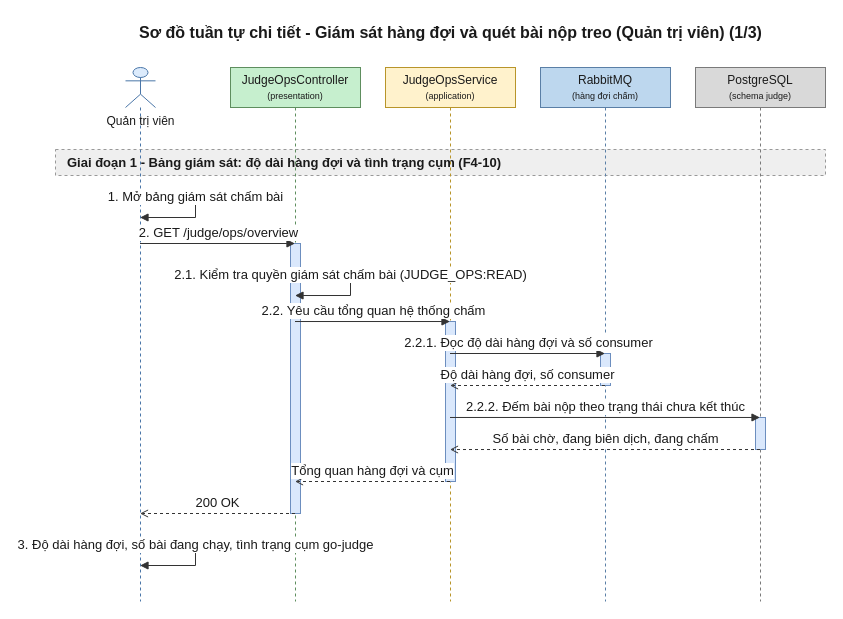
Earlier version of the draw.io diagram 08-diagram/sequence/admin/sequence_admin_giam_sat_hang_doi_p1.drawio (daiphu1801/PRJ_ALGOPREP). Source tidied: cells renumbered, new cells numbered last; positions are measured from the earlier drawing's top-left corner, leaving out a move shared by most shapes. Both pictures are drawn from the tidied source at 100%, with x=0, y=0 at pixel (55, 17).
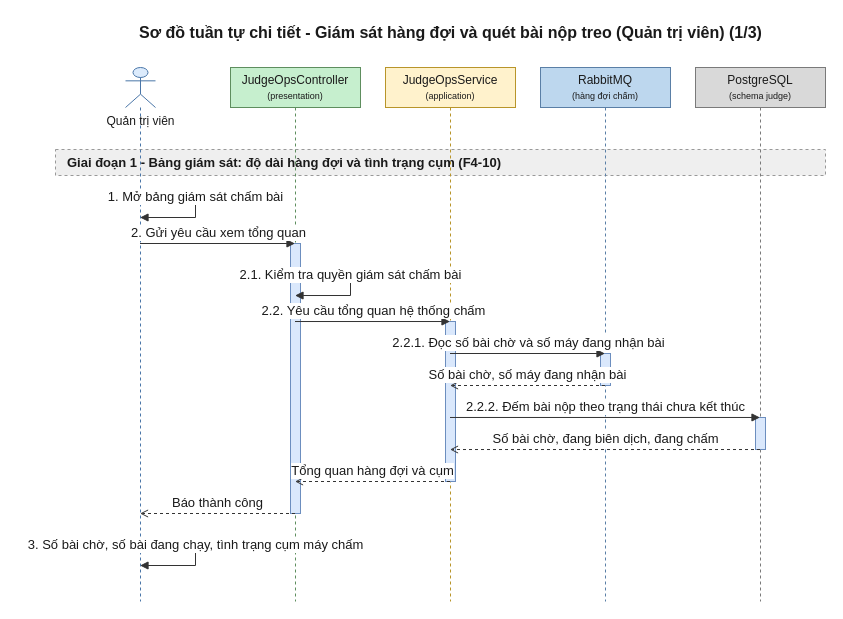
The same page after the edit.

Unchanged cells that the change refers to:
```xml
<mxCell id="4" value="Quản trị viên" style="shape=umlLifeline;participant=umlActor;perimeter=lifelinePerimeter;html=1;outlineConnect=0;size=40;verticalAlign=top;spacingTop=40;fillColor=#DCEBFC;strokeColor=#4A76A8;fontColor=#1A1A1A;" parent="1" vertex="1">
  <mxGeometry x="70" y="50" width="30" height="534" as="geometry" />
</mxCell>
<mxCell id="5" value="JudgeOpsController&lt;br&gt;&lt;font style=&quot;font-size:9px&quot;&gt;(presentation)&lt;/font&gt;" style="shape=umlLifeline;perimeter=lifelinePerimeter;whiteSpace=wrap;html=1;outlineConnect=0;size=40;fillColor=#C6EFCE;strokeColor=#5E8E5E;fontColor=#1A1A1A;" parent="1" vertex="1">
  <mxGeometry x="175" y="50" width="130" height="534" as="geometry" />
</mxCell>
<mxCell id="6" value="JudgeOpsService&lt;br&gt;&lt;font style=&quot;font-size:9px&quot;&gt;(application)&lt;/font&gt;" style="shape=umlLifeline;perimeter=lifelinePerimeter;whiteSpace=wrap;html=1;outlineConnect=0;size=40;fillColor=#FFF2CC;strokeColor=#B8952A;fontColor=#1A1A1A;" parent="1" vertex="1">
  <mxGeometry x="330" y="50" width="130" height="534" as="geometry" />
</mxCell>
<mxCell id="7" value="RabbitMQ&lt;br&gt;&lt;font style=&quot;font-size:9px&quot;&gt;(hàng đợi chấm)&lt;/font&gt;" style="shape=umlLifeline;perimeter=lifelinePerimeter;whiteSpace=wrap;html=1;outlineConnect=0;size=40;fillColor=#BDD7EE;strokeColor=#5A7FA6;fontColor=#1A1A1A;" parent="1" vertex="1">
  <mxGeometry x="485" y="50" width="130" height="534" as="geometry" />
</mxCell>
```

Diff of the diagram source:
```diff
@@
-    <mxCell id="14" value="2. GET /judge/ops/overview" style="edgeStyle=none;html=1;endArrow=block;endFill=1;strokeColor=#333333;fontColor=#1A1A1A;fontSize=13;verticalAlign=bottom;exitX=0.5;exitY=0.3296;exitDx=0;exitDy=0;entryX=0.5;entryY=0.3296;entryDx=0;entryDy=0;" parent="1" edge="1" source="4" target="5">
+    <mxCell id="14" value="2. Gửi yêu cầu xem tổng quan" style="edgeStyle=none;html=1;endArrow=block;endFill=1;strokeColor=#333333;fontColor=#1A1A1A;fontSize=13;verticalAlign=bottom;exitX=0.5;exitY=0.3296;exitDx=0;exitDy=0;entryX=0.5;entryY=0.3296;entryDx=0;entryDy=0;" parent="1" edge="1" source="4" target="5">
       <mxGeometry relative="1" as="geometry" />
     </mxCell>
-    <mxCell id="15" value="2.1. Kiểm tra quyền giám sát chấm bài (JUDGE_OPS:READ)" style="edgeStyle=orthogonalEdgeStyle;rounded=0;html=1;endArrow=block;endFill=1;strokeColor=#333333;fontColor=#1A1A1A;fontSize=13;verticalAlign=bottom;exitX=0.5;exitY=0.3895;exitDx=0;exitDy=0;entryX=0.5;entryY=0.4270;entryDx=0;entryDy=0;" parent="1" edge="1" source="5" target="5">
+    <mxCell id="15" value="2.1. Kiểm tra quyền giám sát chấm bài" style="edgeStyle=orthogonalEdgeStyle;rounded=0;html=1;endArrow=block;endFill=1;strokeColor=#333333;fontColor=#1A1A1A;fontSize=13;verticalAlign=bottom;exitX=0.5;exitY=0.3895;exitDx=0;exitDy=0;entryX=0.5;entryY=0.4270;entryDx=0;entryDy=0;" parent="1" edge="1" source="5" target="5">
       <mxGeometry relative="1" as="geometry">
         <Array as="points">
           <mxPoint x="295" y="258" />
           <mxPoint x="295" y="278" />
         </Array>
       </mxGeometry>
     </mxCell>
@@
-    <mxCell id="17" value="2.2.1. Đọc độ dài hàng đợi và số consumer" style="edgeStyle=none;html=1;endArrow=block;endFill=1;strokeColor=#333333;fontColor=#1A1A1A;fontSize=13;verticalAlign=bottom;exitX=0.5;exitY=0.5356;exitDx=0;exitDy=0;entryX=0.5;entryY=0.5356;entryDx=0;entryDy=0;" parent="1" edge="1" source="6" target="7">
+    <mxCell id="17" value="2.2.1. Đọc số bài chờ và số máy đang nhận bài" style="edgeStyle=none;html=1;endArrow=block;endFill=1;strokeColor=#333333;fontColor=#1A1A1A;fontSize=13;verticalAlign=bottom;exitX=0.5;exitY=0.5356;exitDx=0;exitDy=0;entryX=0.5;entryY=0.5356;entryDx=0;entryDy=0;" parent="1" edge="1" source="6" target="7">
       <mxGeometry relative="1" as="geometry" />
     </mxCell>
-    <mxCell id="18" value="Độ dài hàng đợi, số consumer" style="edgeStyle=none;html=1;endArrow=open;endFill=0;dashed=1;strokeColor=#333333;fontColor=#1A1A1A;fontSize=13;verticalAlign=bottom;exitX=0.5;exitY=0.5955;exitDx=0;exitDy=0;entryX=0.5;entryY=0.5955;entryDx=0;entryDy=0;" parent="1" edge="1" source="7" target="6">
+    <mxCell id="18" value="Số bài chờ, số máy đang nhận bài" style="edgeStyle=none;html=1;endArrow=open;endFill=0;dashed=1;strokeColor=#333333;fontColor=#1A1A1A;fontSize=13;verticalAlign=bottom;exitX=0.5;exitY=0.5955;exitDx=0;exitDy=0;entryX=0.5;entryY=0.5955;entryDx=0;entryDy=0;" parent="1" edge="1" source="7" target="6">
       <mxGeometry relative="1" as="geometry" />
     </mxCell>
@@
-    <mxCell id="22" value="200 OK" style="edgeStyle=none;html=1;endArrow=open;endFill=0;dashed=1;strokeColor=#333333;fontColor=#1A1A1A;fontSize=13;verticalAlign=bottom;exitX=0.5;exitY=0.8352;exitDx=0;exitDy=0;entryX=0.5;entryY=0.8352;entryDx=0;entryDy=0;" parent="1" edge="1" source="5" target="4">
+    <mxCell id="22" value="Báo thành công" style="edgeStyle=none;html=1;endArrow=open;endFill=0;dashed=1;strokeColor=#333333;fontColor=#1A1A1A;fontSize=13;verticalAlign=bottom;exitX=0.5;exitY=0.8352;exitDx=0;exitDy=0;entryX=0.5;entryY=0.8352;entryDx=0;entryDy=0;" parent="1" edge="1" source="5" target="4">
       <mxGeometry relative="1" as="geometry" />
     </mxCell>
-    <mxCell id="23" value="3. Độ dài hàng đợi, số bài đang chạy, tình trạng cụm go-judge" style="edgeStyle=orthogonalEdgeStyle;rounded=0;html=1;endArrow=block;endFill=1;strokeColor=#333333;fontColor=#1A1A1A;fontSize=13;verticalAlign=bottom;exitX=0.5;exitY=0.8951;exitDx=0;exitDy=0;entryX=0.5;entryY=0.9326;entryDx=0;entryDy=0;" parent="1" edge="1" source="4" target="4">
+    <mxCell id="23" value="3. Số bài chờ, số bài đang chạy, tình trạng cụm máy chấm" style="edgeStyle=orthogonalEdgeStyle;rounded=0;html=1;endArrow=block;endFill=1;strokeColor=#333333;fontColor=#1A1A1A;fontSize=13;verticalAlign=bottom;exitX=0.5;exitY=0.8951;exitDx=0;exitDy=0;entryX=0.5;entryY=0.9326;entryDx=0;entryDy=0;" parent="1" edge="1" source="4" target="4">
       <mxGeometry relative="1" as="geometry">
         <Array as="points">
           <mxPoint x="140" y="528" />
           <mxPoint x="140" y="548" />
         </Array>
       </mxGeometry>
     </mxCell>
```
